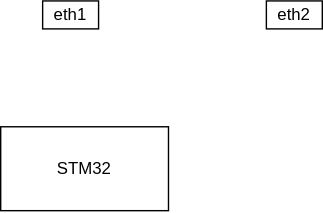
Before: PRP.drawio.svg, a diagram exported from draw.io (Andrianov-Daniil/Block_Diagram). Source tidied: cells renumbered, new cells last; positions are measured from the earlier drawing's top-left corner, leaving out a move shared by most shapes. The source it was exported from:
```xml
<mxGraphModel>
  <root>
    <mxCell id="0" />
    <mxCell id="1" parent="0" />
    <mxCell id="2" value="eth1" style="rounded=0;whiteSpace=wrap;html=1;" parent="1" vertex="1">
      <mxGeometry x="30" width="40" height="20" as="geometry" />
    </mxCell>
    <mxCell id="3" value="STM32" style="rounded=0;whiteSpace=wrap;html=1;" parent="1" vertex="1">
      <mxGeometry y="90" width="120" height="60" as="geometry" />
    </mxCell>
    <mxCell id="4" value="eth2" style="rounded=0;whiteSpace=wrap;html=1;" parent="1" vertex="1">
      <mxGeometry x="190" width="40" height="20" as="geometry" />
    </mxCell>
  </root>
</mxGraphModel>
```
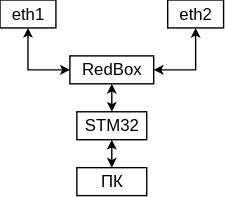
Above is the later version.

Change to the diagram source:
```diff
@@ -2,14 +2,40 @@
   <root>
     <mxCell id="0" />
     <mxCell id="1" parent="0" />
+    <mxCell id="5" style="edgeStyle=none;rounded=0;jettySize=auto;html=1;entryX=0;entryY=0.5;entryDx=0;entryDy=0;startSize=4;endSize=4;strokeWidth=1;startArrow=classic;startFill=1;" parent="1" edge="1" source="2" target="9">
+      <mxGeometry relative="1" as="geometry">
+        <Array as="points">
+          <mxPoint x="90" y="-60" />
+        </Array>
+      </mxGeometry>
+    </mxCell>
     <mxCell id="2" value="eth1" style="rounded=0;whiteSpace=wrap;html=1;" parent="1" vertex="1">
-      <mxGeometry x="30" width="40" height="20" as="geometry" />
+      <mxGeometry x="70" y="-110" width="40" height="20" as="geometry" />
     </mxCell>
+    <mxCell id="6" style="edgeStyle=none;rounded=0;jettySize=auto;html=1;entryX=0.5;entryY=0;entryDx=0;entryDy=0;startArrow=classic;startFill=1;startSize=4;endSize=4;" parent="1" edge="1" source="3" target="10">
+      <mxGeometry relative="1" as="geometry" />
+    </mxCell>
     <mxCell id="3" value="STM32" style="rounded=0;whiteSpace=wrap;html=1;" parent="1" vertex="1">
-      <mxGeometry y="90" width="120" height="60" as="geometry" />
+      <mxGeometry x="125" y="-30" width="50" height="20" as="geometry" />
     </mxCell>
+    <mxCell id="7" style="edgeStyle=none;rounded=0;jettySize=auto;html=1;entryX=1;entryY=0.5;entryDx=0;entryDy=0;startSize=4;endSize=4;strokeWidth=1;startArrow=classic;startFill=1;" parent="1" edge="1" source="4" target="9">
+      <mxGeometry relative="1" as="geometry">
+        <Array as="points">
+          <mxPoint x="210" y="-60" />
+        </Array>
+      </mxGeometry>
+    </mxCell>
     <mxCell id="4" value="eth2" style="rounded=0;whiteSpace=wrap;html=1;" parent="1" vertex="1">
-      <mxGeometry x="190" width="40" height="20" as="geometry" />
+      <mxGeometry x="190" y="-110" width="40" height="20" as="geometry" />
     </mxCell>
+    <mxCell id="8" style="edgeStyle=none;rounded=0;jettySize=auto;html=1;startSize=4;endSize=4;strokeWidth=1;startArrow=classic;startFill=1;" parent="1" edge="1" source="9" target="3">
+      <mxGeometry relative="1" as="geometry" />
+    </mxCell>
+    <mxCell id="9" value="RedBox" style="rounded=0;whiteSpace=wrap;html=1;" parent="1" vertex="1">
+      <mxGeometry x="120" y="-70" width="60" height="20" as="geometry" />
+    </mxCell>
+    <mxCell id="10" value="ПК" style="rounded=0;whiteSpace=wrap;html=1;" parent="1" vertex="1">
+      <mxGeometry x="125" y="10" width="50" height="20" as="geometry" />
+    </mxCell>
   </root>
 </mxGraphModel>
```
